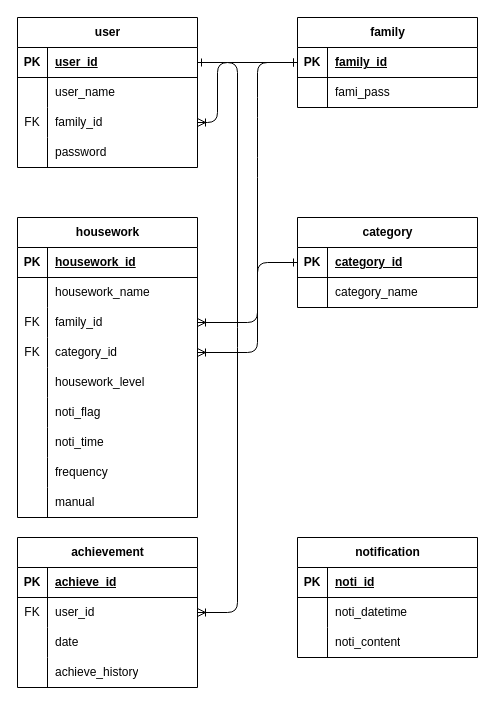
Before: documents/e_r.drawio in plusdojo2025/E1, a draw.io diagram. Source tidied: cells renumbered, new cells numbered last; positions are measured from the earlier drawing's top-left corner, leaving out a move shared by most shapes. Both pictures are drawn from the tidied source at 100%, with x=0, y=0 at pixel (17, 17).
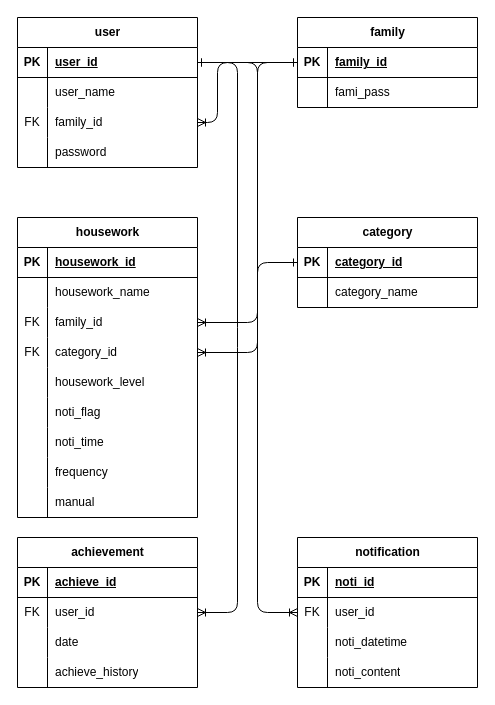
After the change.

Commit message:
notificationテーブルを変更

The change refers to these unchanged cells:
```xml
<mxCell id="3" style="shape=tableRow;horizontal=0;startSize=0;swimlaneHead=0;swimlaneBody=0;fillColor=none;points=[[0,0.5],[1,0.5]];portConstraint=eastwest;top=0;left=0;right=0;bottom=1;" parent="2" vertex="1">
  <mxGeometry y="30" width="180" height="30" as="geometry" />
</mxCell>
```

The edit, as a diff of the source:
```diff
@@
     <mxCell id="58" value="notification" style="shape=table;startSize=30;childLayout=tableLayout;rowLines=0;fontStyle=1;align=center;html=1;" parent="1" vertex="1">
-      <mxGeometry x="280" y="520" width="180" height="120" as="geometry" />
+      <mxGeometry x="280" y="520" width="180" height="150" as="geometry" />
     </mxCell>
@@
+    <mxCell id="84" style="shape=tableRow;horizontal=0;startSize=0;swimlaneHead=0;swimlaneBody=0;fillColor=none;points=[[0,0.5],[1,0.5]];portConstraint=eastwest;top=0;left=0;right=0;bottom=0;" parent="58" vertex="1">
+      <mxGeometry y="60" width="180" height="30" as="geometry" />
+    </mxCell>
+    <mxCell id="85" value="FK" style="shape=partialRectangle;fillColor=none;top=0;left=0;bottom=0;right=0;overflow=hidden;whiteSpace=wrap;html=1;" parent="84" vertex="1">
+      <mxGeometry width="30" height="30" as="geometry" />
+    </mxCell>
+    <mxCell id="86" value="user_id" style="shape=partialRectangle;fillColor=none;top=0;left=0;bottom=0;right=0;align=left;spacingLeft=6;overflow=hidden;whiteSpace=wrap;html=1;" parent="84" vertex="1">
+      <mxGeometry x="30" width="150" height="30" as="geometry" />
+    </mxCell>
     <mxCell id="62" style="shape=tableRow;horizontal=0;startSize=0;swimlaneHead=0;swimlaneBody=0;fillColor=none;top=0;left=0;right=0;bottom=0;" parent="58" vertex="1">
-      <mxGeometry y="60" width="180" height="30" as="geometry" />
+      <mxGeometry y="90" width="180" height="30" as="geometry" />
     </mxCell>
@@
     <mxCell id="65" style="shape=tableRow;horizontal=0;startSize=0;swimlaneHead=0;swimlaneBody=0;fillColor=none;top=0;left=0;right=0;bottom=0;" parent="58" vertex="1">
-      <mxGeometry y="90" width="180" height="30" as="geometry" />
+      <mxGeometry y="120" width="180" height="30" as="geometry" />
     </mxCell>
@@
+    <mxCell id="87" style="edgeStyle=none;html=1;exitX=1;exitY=0.5;exitDx=0;exitDy=0;startArrow=ERone;startFill=0;endArrow=ERoneToMany;endFill=0;" parent="1" edge="1" source="3" target="84">
+      <mxGeometry relative="1" as="geometry">
+        <Array as="points">
+          <mxPoint x="240" y="45" />
+          <mxPoint x="240" y="595" />
+        </Array>
+      </mxGeometry>
+    </mxCell>
```
